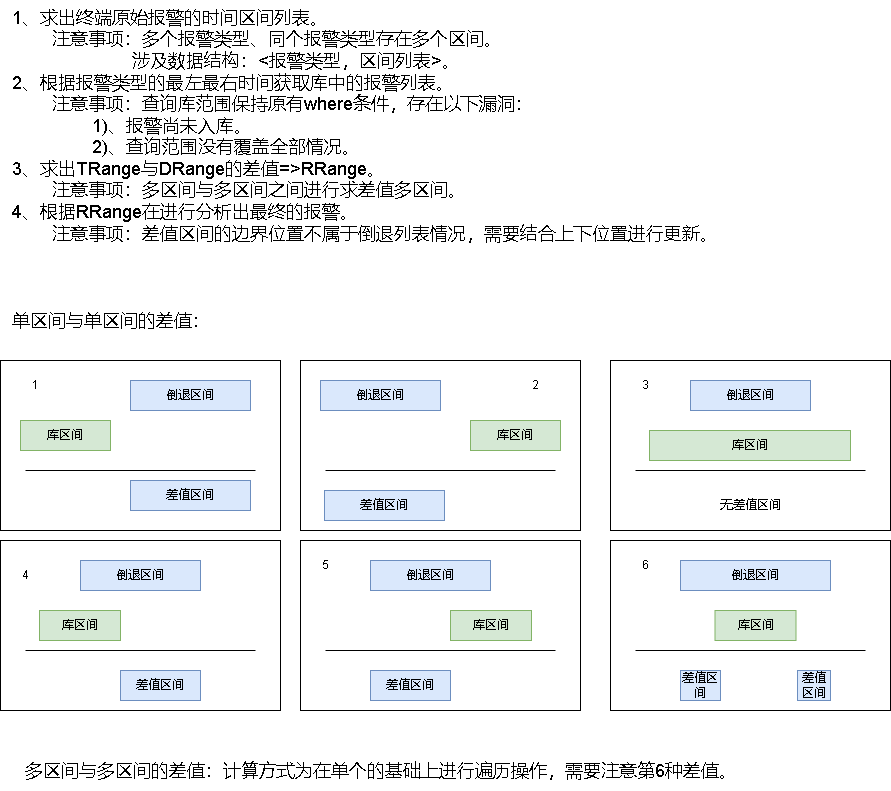
xktder/draw keeps this draw.io diagram as 倒退位置分析终端报警.drawio.png. Above is the earlier version. Source tidied: cells renumbered, new cells last; positions are measured from the earlier drawing's top-left corner, leaving out a move shared by most shapes.
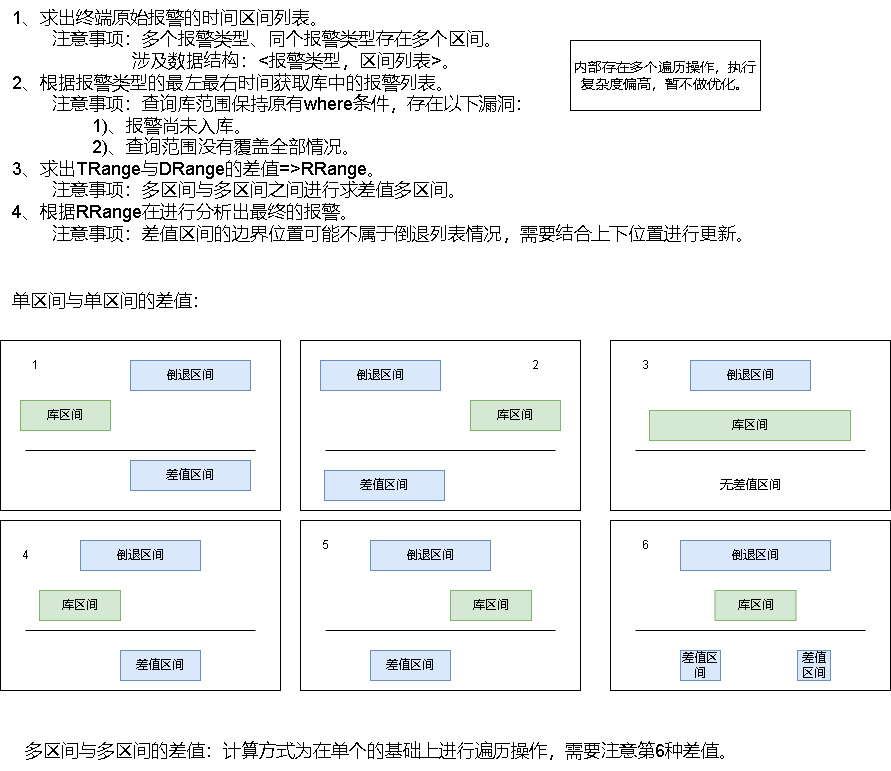
The same diagram one commit later.

Commit message:
更新倒退位置分析终端报警.drawio.png

Change to the diagram source:
```diff
@@ -5,8 +5,8 @@
     <mxCell id="2" style="rounded=0;whiteSpace=wrap;html=1;" parent="1" vertex="1">
       <mxGeometry y="360" width="280" height="170" as="geometry" />
     </mxCell>
-    <mxCell id="3" value="1、求出终端原始报警的时间区间列表。&lt;br&gt;&lt;span style=&quot;white-space: pre;&quot;&gt;&#9;&lt;/span&gt;注意事项：多个报警类型、同个报警类型存在多个区间。&lt;br&gt;&lt;span style=&quot;white-space: pre;&quot;&gt;&#9;&lt;span style=&quot;white-space: pre;&quot;&gt;&#9;&lt;/span&gt;&lt;span style=&quot;white-space: pre;&quot;&gt;&#9;&lt;/span&gt;涉及&lt;/span&gt;数据结构：&amp;lt;报警类型，区间列表&amp;gt;。&lt;br style=&quot;font-size: 18px;&quot;&gt;2、根据报警类型的最左最右时间获取库中的报警列表。&lt;br&gt;&lt;span style=&quot;white-space: pre;&quot;&gt;&#9;&lt;/span&gt;注意事项：查询库范围保持原有where条件，存在以下漏洞：&lt;br&gt;&lt;span style=&quot;white-space: pre;&quot;&gt;&#9;&lt;/span&gt;&lt;span style=&quot;white-space: pre;&quot;&gt;&#9;&lt;/span&gt;1)、报警尚未入库。&lt;br&gt;&lt;span style=&quot;white-space: pre;&quot;&gt;&#9;&lt;/span&gt;&lt;span style=&quot;white-space: pre;&quot;&gt;&#9;&lt;/span&gt;2)、查询范围没有覆盖全部情况。&lt;br style=&quot;font-size: 18px;&quot;&gt;3、求出TRange与DRange的差值=&amp;gt;RRange。&lt;br&gt;&lt;span style=&quot;white-space: pre;&quot;&gt;&#9;&lt;/span&gt;注意事项：多区间与多区间之间进行求差值多区间。&lt;br style=&quot;font-size: 18px;&quot;&gt;4、根据RRange在进行分析出最终的报警。&lt;br&gt;&lt;span style=&quot;white-space: pre;&quot;&gt;&#9;&lt;/span&gt;注意事项：差值区间的边界位置不属于倒退列表情况，需要结合上下位置进行更新。&lt;span style=&quot;white-space: pre;&quot;&gt;&#9;&lt;/span&gt;" style="text;html=1;align=left;verticalAlign=middle;strokeColor=none;fillColor=none;fontSize=18;" parent="1" vertex="1">
-      <mxGeometry x="10" width="740" height="250" as="geometry" />
+    <mxCell id="3" value="1、求出终端原始报警的时间区间列表。&lt;br&gt;&lt;span style=&quot;white-space: pre;&quot;&gt;&#9;&lt;/span&gt;注意事项：多个报警类型、同个报警类型存在多个区间。&lt;br&gt;&lt;span style=&quot;white-space: pre;&quot;&gt;&#9;&lt;span style=&quot;white-space: pre;&quot;&gt;&#9;&lt;/span&gt;&lt;span style=&quot;white-space: pre;&quot;&gt;&#9;&lt;/span&gt;涉及&lt;/span&gt;数据结构：&amp;lt;报警类型，区间列表&amp;gt;。&lt;br style=&quot;font-size: 18px;&quot;&gt;2、根据报警类型的最左最右时间获取库中的报警列表。&lt;br&gt;&lt;span style=&quot;white-space: pre;&quot;&gt;&#9;&lt;/span&gt;注意事项：查询库范围保持原有where条件，存在以下漏洞：&lt;br&gt;&lt;span style=&quot;white-space: pre;&quot;&gt;&#9;&lt;/span&gt;&lt;span style=&quot;white-space: pre;&quot;&gt;&#9;&lt;/span&gt;1)、报警尚未入库。&lt;br&gt;&lt;span style=&quot;white-space: pre;&quot;&gt;&#9;&lt;/span&gt;&lt;span style=&quot;white-space: pre;&quot;&gt;&#9;&lt;/span&gt;2)、查询范围没有覆盖全部情况。&lt;br style=&quot;font-size: 18px;&quot;&gt;3、求出TRange与DRange的差值=&amp;gt;RRange。&lt;br&gt;&lt;span style=&quot;white-space: pre;&quot;&gt;&#9;&lt;/span&gt;注意事项：多区间与多区间之间进行求差值多区间。&lt;br style=&quot;font-size: 18px;&quot;&gt;4、根据RRange在进行分析出最终的报警。&lt;br&gt;&lt;span style=&quot;white-space: pre;&quot;&gt;&#9;&lt;/span&gt;注意事项：差值区间的边界位置可能不属于倒退列表情况，需要结合上下位置进行更新。&lt;span style=&quot;white-space: pre;&quot;&gt;&#9;&lt;/span&gt;" style="text;html=1;align=left;verticalAlign=middle;strokeColor=none;fillColor=none;fontSize=18;" parent="1" vertex="1">
+      <mxGeometry x="10" y="20" width="780" height="250" as="geometry" />
     </mxCell>
     <mxCell id="4" value="倒退区间" style="rounded=0;whiteSpace=wrap;html=1;fillColor=#dae8fc;strokeColor=#6c8ebf;" parent="1" vertex="1">
       <mxGeometry x="130" y="380" width="120" height="30" as="geometry" />
@@ -140,5 +140,8 @@
     <mxCell id="41" value="6" style="text;html=1;align=center;verticalAlign=middle;strokeColor=none;fillColor=none;" parent="1" vertex="1">
       <mxGeometry x="630" y="550" width="30" height="30" as="geometry" />
     </mxCell>
+    <mxCell id="42" value="内部存在多个遍历操作，执行复杂度偏高，暂不做优化。" style="rounded=0;whiteSpace=wrap;html=1;fontSize=14;" parent="1" vertex="1">
+      <mxGeometry x="570" y="60" width="190" height="70" as="geometry" />
+    </mxCell>
   </root>
 </mxGraphModel>
```
